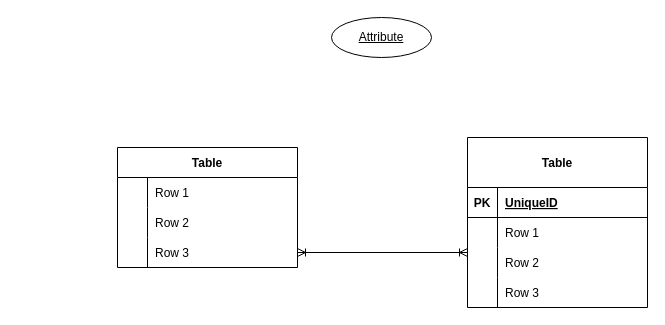
This is test.dio from ranoooooooooooo/chat-app, a draw.io file, before an edit. Source tidied: cells renumbered, new cells numbered last; positions are measured from the earlier drawing's top-left corner, leaving out a move shared by most shapes. Both pictures are drawn from the tidied source at 100%, with x=0, y=0 at pixel (117, 17).
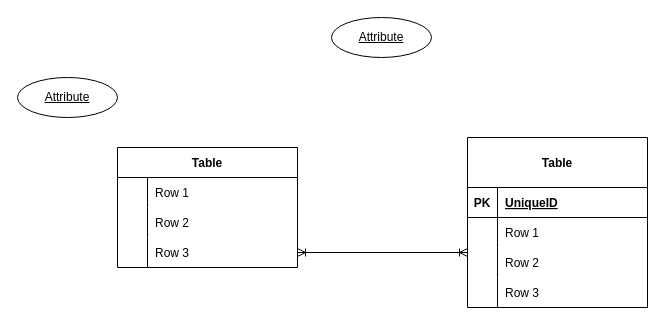
After the change.

Diff of the diagram source:
```diff
@@
+    <mxCell id="27" value="Attribute" style="ellipse;whiteSpace=wrap;html=1;align=center;fontStyle=4;" parent="1" vertex="1">
+      <mxGeometry x="-100" y="60" width="100" height="40" as="geometry" />
+    </mxCell>
```
